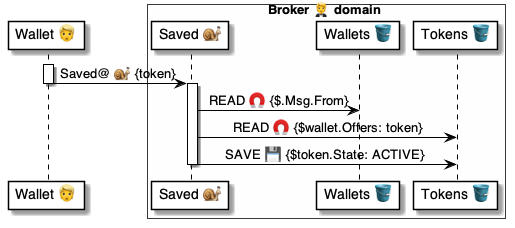
The PlantUML diagram 4 ⚙️ Solution/20 🧑‍🦰 UI/Brokers 🤵/🤵🅰️ Broker methods/Tokens 🎫 Saved 🧑‍🦰🐌🤵/🤵 Saved ⚙️ uml.png in pollyweb-org/pollyweb-docs, before a commit. Its source is kept beside it as 4 ⚙️ Solution/20 🧑‍🦰 UI/Brokers 🤵/🤵🅰️ Broker methods/Tokens 🎫 Saved 🧑‍🦰🐌🤵/🤵 Saved ⚙️ uml.puml.
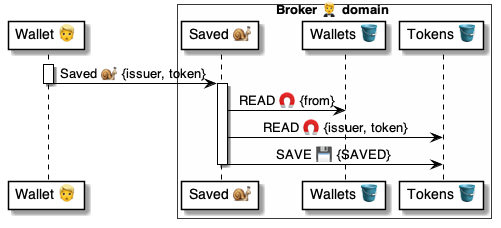
Above is the later version.

The edit, as a diff of the source:
```diff
@@ -10,13 +10,13 @@
 
 
 activate wallet
-    wallet -> broker: Saved@ 🐌 {token}
+    wallet -> broker: Saved 🐌 {issuer, token}
 deactivate wallet
 
 activate broker
-    broker -> wallets: READ 🧲 {$.Msg.From}
-    broker -> tokens: READ 🧲 {$wallet.Offers: token}
-    broker -> tokens: SAVE 💾 {$token.State: ACTIVE}
+    broker -> wallets: READ 🧲 {from}
+    broker -> tokens: READ 🧲 {issuer, token}
+    broker -> tokens: SAVE 💾 {SAVED}
 deactivate broker
 
 
```
